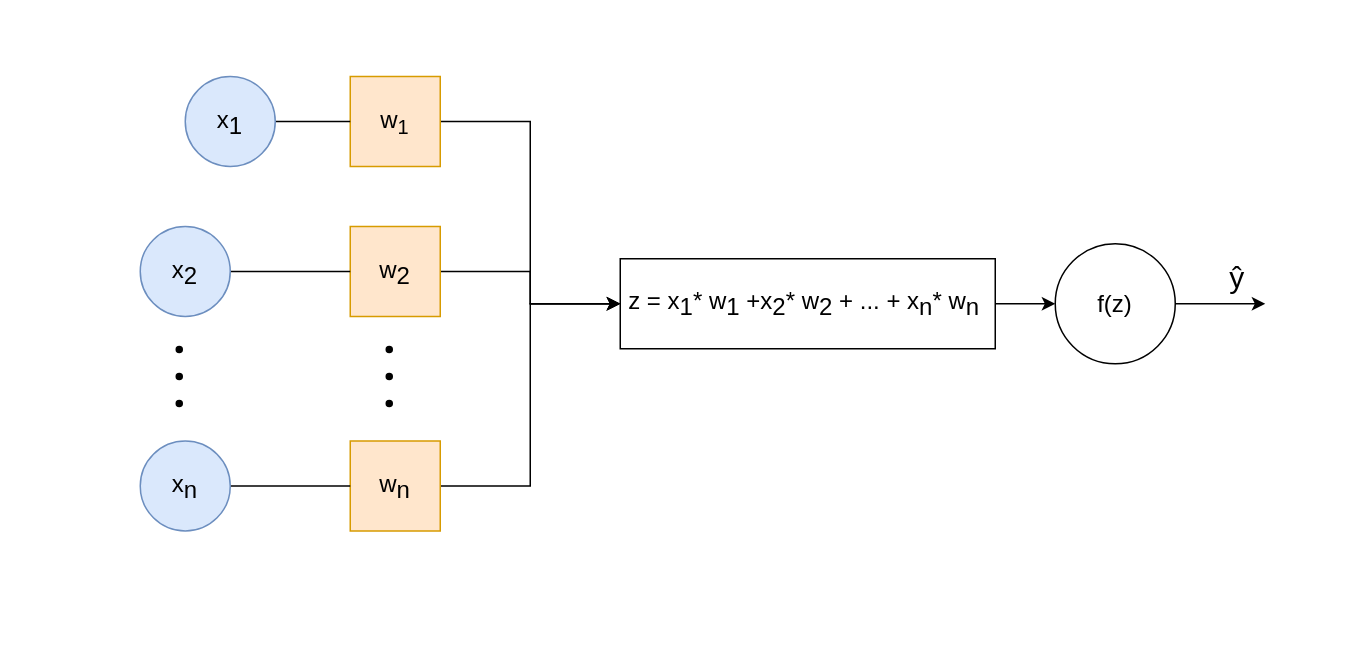
Earlier version of the draw.io diagram avc-images/neuronio.drawio (ViniPilan/avc-modeling). Source tidied: cells renumbered, new cells numbered last; positions are measured from the earlier drawing's top-left corner, leaving out a move shared by most shapes. Both pictures are drawn from the tidied source at 150%, with x=0, y=0 at pixel (64, 26).
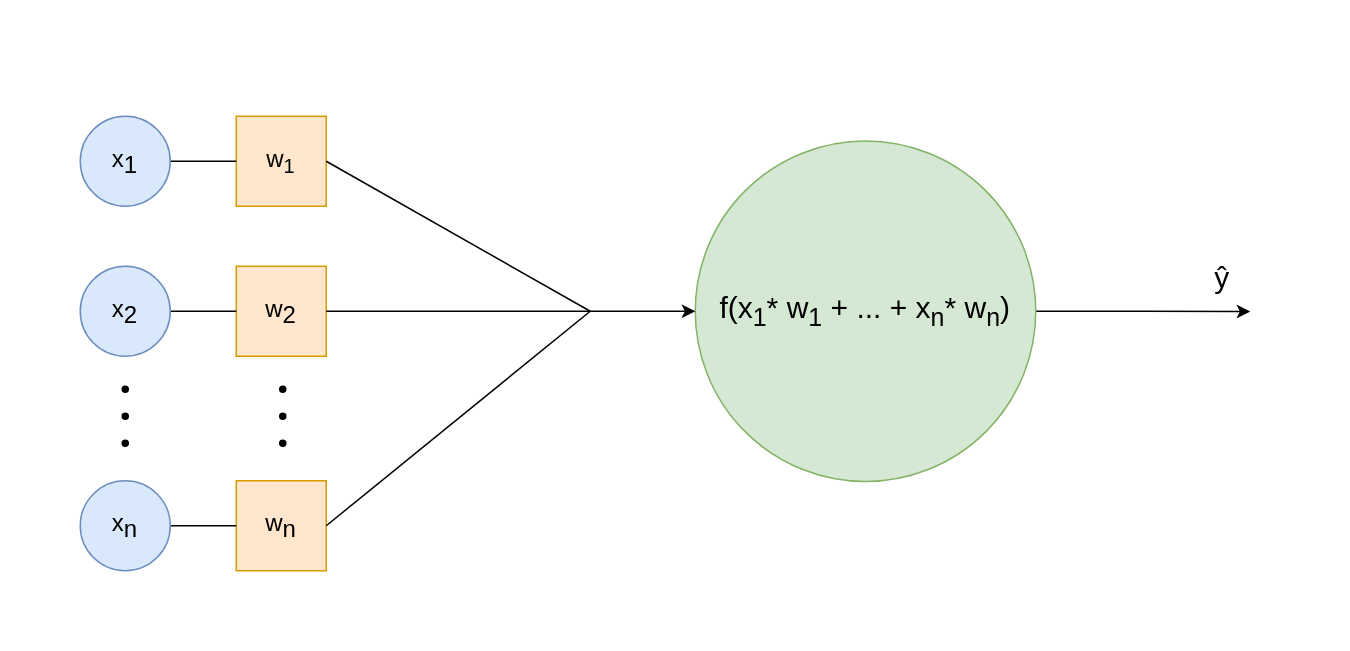
Above is the later version.

The edit, as a diff of the source:
```diff
@@
     <mxCell id="2" style="rounded=0;whiteSpace=wrap;html=1;fillColor=none;strokeColor=none;" parent="1" vertex="1">
-      <mxGeometry width="840" height="370" as="geometry" />
+      <mxGeometry x="-26" y="30" width="840" height="370" as="geometry" />
     </mxCell>
-    <mxCell id="3" style="edgeStyle=orthogonalEdgeStyle;rounded=0;jettySize=auto;html=1;" parent="1" edge="1" source="4">
-      <mxGeometry relative="1" as="geometry">
-        <mxPoint x="800" y="185" as="targetPoint" />
-      </mxGeometry>
-    </mxCell>
-    <mxCell id="4" value="&lt;font style=&quot;font-size: 16px;&quot;&gt;f(z)&lt;/font&gt;" style="ellipse;whiteSpace=wrap;html=1;" parent="1" vertex="1">
-      <mxGeometry x="660" y="145" width="80" height="80" as="geometry" />
-    </mxCell>
-    <mxCell id="5" style="edgeStyle=orthogonalEdgeStyle;rounded=0;jettySize=auto;html=1;entryX=0;entryY=0.5;entryDx=0;entryDy=0;" parent="1" edge="1" source="6" target="15">
-      <mxGeometry relative="1" as="geometry" />
-    </mxCell>
     <mxCell id="6" value="&lt;font style=&quot;font-size: 16px;&quot;&gt;w&lt;sub&gt;1&lt;/sub&gt;&lt;/font&gt;" style="rounded=0;whiteSpace=wrap;html=1;fillColor=#ffe6cc;strokeColor=#d79b00;" parent="1" vertex="1">
-      <mxGeometry x="190" y="33.5" width="60" height="60" as="geometry" />
+      <mxGeometry x="114" y="60" width="60" height="60" as="geometry" />
     </mxCell>
-    <mxCell id="7" style="edgeStyle=orthogonalEdgeStyle;rounded=0;jettySize=auto;html=1;entryX=0;entryY=0.5;entryDx=0;entryDy=0;" parent="1" edge="1" source="8" target="15">
-      <mxGeometry relative="1" as="geometry" />
-    </mxCell>
     <mxCell id="8" value="w&lt;sub style=&quot;font-size: 16px;&quot;&gt;2&lt;/sub&gt;" style="rounded=0;whiteSpace=wrap;html=1;fillColor=#ffe6cc;strokeColor=#d79b00;fontSize=16;" parent="1" vertex="1">
-      <mxGeometry x="190" y="133.5" width="60" height="60" as="geometry" />
+      <mxGeometry x="114" y="160" width="60" height="60" as="geometry" />
     </mxCell>
-    <mxCell id="9" style="edgeStyle=orthogonalEdgeStyle;rounded=0;jettySize=auto;html=1;entryX=0;entryY=0.5;entryDx=0;entryDy=0;" parent="1" edge="1" source="10" target="15">
-      <mxGeometry relative="1" as="geometry" />
-    </mxCell>
     <mxCell id="10" value="w&lt;sub style=&quot;font-size: 16px;&quot;&gt;n&lt;/sub&gt;" style="rounded=0;whiteSpace=wrap;html=1;fillColor=#ffe6cc;strokeColor=#d79b00;fontSize=16;" parent="1" vertex="1">
-      <mxGeometry x="190" y="276.5" width="60" height="60" as="geometry" />
+      <mxGeometry x="114" y="303" width="60" height="60" as="geometry" />
     </mxCell>
     <mxCell id="11" style="ellipse;whiteSpace=wrap;html=1;fillColor=#000000;fontSize=5;" parent="1" vertex="1">
-      <mxGeometry x="214" y="213.5" width="4" height="4" as="geometry" />
+      <mxGeometry x="143" y="240" width="4" height="4" as="geometry" />
     </mxCell>
     <mxCell id="12" style="ellipse;whiteSpace=wrap;html=1;fillColor=#000000;fontSize=5;" parent="1" vertex="1">
-      <mxGeometry x="214" y="231.5" width="4" height="4" as="geometry" />
+      <mxGeometry x="143" y="258" width="4" height="4" as="geometry" />
     </mxCell>
     <mxCell id="13" style="ellipse;whiteSpace=wrap;html=1;fillColor=#000000;fontSize=5;" parent="1" vertex="1">
-      <mxGeometry x="214" y="249.5" width="4" height="4" as="geometry" />
+      <mxGeometry x="143" y="276" width="4" height="4" as="geometry" />
     </mxCell>
-    <mxCell id="14" style="edgeStyle=orthogonalEdgeStyle;rounded=0;jettySize=auto;html=1;entryX=0;entryY=0.5;entryDx=0;entryDy=0;" parent="1" edge="1" source="15" target="4">
-      <mxGeometry relative="1" as="geometry" />
-    </mxCell>
-    <mxCell id="15" value="&lt;font style=&quot;font-size: 16px;&quot;&gt;z = x&lt;sub style=&quot;font-size: 16px;&quot;&gt;1&lt;/sub&gt;* w&lt;sub style=&quot;font-size: 16px;&quot;&gt;1&lt;/sub&gt; +x&lt;/font&gt;&lt;font style=&quot;font-size: 16px;&quot;&gt;&lt;span style=&quot;font-size: 16px;&quot;&gt;&lt;sub style=&quot;font-size: 16px;&quot;&gt;2&lt;/sub&gt;&lt;/span&gt;&lt;span style=&quot;font-size: 16px;&quot;&gt;* w&lt;/span&gt;&lt;/font&gt;&lt;font style=&quot;font-size: 16px;&quot;&gt;&lt;sub style=&quot;font-size: 16px;&quot;&gt;2&lt;/sub&gt;&lt;/font&gt;&lt;font style=&quot;font-size: 16px;&quot;&gt;&lt;span style=&quot;font-size: 16px;&quot;&gt;&amp;nbsp;+ ... + x&lt;/span&gt;&lt;sub style=&quot;font-size: 16px;&quot;&gt;n&lt;/sub&gt;&lt;span style=&quot;font-size: 16px;&quot;&gt;* w&lt;/span&gt;&lt;sub style=&quot;font-size: 16px;&quot;&gt;n&lt;/sub&gt;&lt;span style=&quot;font-size: 16px;&quot;&gt;&amp;nbsp;&lt;/span&gt;&lt;/font&gt;" style="rounded=0;whiteSpace=wrap;html=1;fillColor=default;fontSize=16;" parent="1" vertex="1">
-      <mxGeometry x="370" y="155" width="250" height="60" as="geometry" />
-    </mxCell>
@@
     <mxCell id="17" value="x&lt;sub style=&quot;font-size: 16px;&quot;&gt;1&lt;/sub&gt;" style="ellipse;whiteSpace=wrap;html=1;fillColor=#dae8fc;strokeColor=#6c8ebf;fontSize=16;" parent="1" vertex="1">
-      <mxGeometry x="80" y="33.5" width="60" height="60" as="geometry" />
+      <mxGeometry x="10" y="60" width="60" height="60" as="geometry" />
     </mxCell>
@@
     <mxCell id="19" value="x&lt;sub style=&quot;font-size: 16px;&quot;&gt;2&lt;/sub&gt;" style="ellipse;whiteSpace=wrap;html=1;fillColor=#dae8fc;strokeColor=#6c8ebf;fontSize=16;" parent="1" vertex="1">
-      <mxGeometry x="50" y="133.5" width="60" height="60" as="geometry" />
+      <mxGeometry x="10" y="160" width="60" height="60" as="geometry" />
     </mxCell>
@@
     <mxCell id="21" value="x&lt;sub style=&quot;font-size: 16px;&quot;&gt;n&lt;/sub&gt;" style="ellipse;whiteSpace=wrap;html=1;fillColor=#dae8fc;strokeColor=#6c8ebf;fontSize=16;" parent="1" vertex="1">
-      <mxGeometry x="50" y="276.5" width="60" height="60" as="geometry" />
+      <mxGeometry x="10" y="303" width="60" height="60" as="geometry" />
     </mxCell>
     <mxCell id="22" style="ellipse;whiteSpace=wrap;html=1;fillColor=#000000;fontSize=5;" parent="1" vertex="1">
-      <mxGeometry x="74" y="213.5" width="4" height="4" as="geometry" />
+      <mxGeometry x="38" y="240" width="4" height="4" as="geometry" />
     </mxCell>
     <mxCell id="23" style="ellipse;whiteSpace=wrap;html=1;fillColor=#000000;fontSize=5;" parent="1" vertex="1">
-      <mxGeometry x="74" y="231.5" width="4" height="4" as="geometry" />
+      <mxGeometry x="38" y="258" width="4" height="4" as="geometry" />
     </mxCell>
     <mxCell id="24" style="ellipse;whiteSpace=wrap;html=1;fillColor=#000000;fontSize=5;" parent="1" vertex="1">
-      <mxGeometry x="74" y="249.5" width="4" height="4" as="geometry" />
+      <mxGeometry x="38" y="276" width="4" height="4" as="geometry" />
     </mxCell>
     <mxCell id="25" value="&lt;span style=&quot;text-align: left; background-color: rgb(255, 255, 255);&quot;&gt;&lt;font style=&quot;font-size: 20px;&quot;&gt;ŷ&lt;/font&gt;&lt;/span&gt;" style="text;html=1;strokeColor=none;fillColor=none;align=center;verticalAlign=middle;whiteSpace=wrap;rounded=0;dashed=1;" parent="1" vertex="1">
-      <mxGeometry x="750" y="152" width="63" height="30" as="geometry" />
+      <mxGeometry x="740" y="152" width="63" height="30" as="geometry" />
     </mxCell>
+    <mxCell id="26" style="edgeStyle=orthogonalEdgeStyle;rounded=0;jettySize=auto;html=1;fontSize=23;endArrow=classic;endFill=1;" parent="1" edge="1" source="27">
+      <mxGeometry relative="1" as="geometry">
+        <mxPoint x="790" y="190.2" as="targetPoint" />
+      </mxGeometry>
+    </mxCell>
+    <mxCell id="27" value="&lt;font style=&quot;font-size: 20px;&quot;&gt;&lt;font style=&quot;font-size: 20px;&quot;&gt;f(&lt;/font&gt;&lt;font style=&quot;border-color: var(--border-color); font-size: 20px;&quot;&gt;x&lt;sub style=&quot;border-color: var(--border-color);&quot;&gt;1&lt;/sub&gt;* w&lt;sub style=&quot;border-color: var(--border-color);&quot;&gt;1&lt;/sub&gt;&lt;/font&gt;&lt;font style=&quot;border-color: var(--border-color); font-size: 20px;&quot;&gt;&lt;span style=&quot;border-color: var(--border-color);&quot;&gt;&amp;nbsp;+ ... + x&lt;/span&gt;&lt;sub style=&quot;border-color: var(--border-color);&quot;&gt;n&lt;/sub&gt;&lt;span style=&quot;border-color: var(--border-color);&quot;&gt;* w&lt;/span&gt;&lt;sub style=&quot;border-color: var(--border-color);&quot;&gt;n&lt;/sub&gt;&lt;span style=&quot;border-color: var(--border-color);&quot;&gt;)&lt;/span&gt;&lt;/font&gt;&lt;/font&gt;" style="ellipse;whiteSpace=wrap;html=1;fillColor=#d5e8d4;strokeColor=#82b366;" parent="1" vertex="1">
+      <mxGeometry x="420" y="76.5" width="227" height="227" as="geometry" />
+    </mxCell>
+    <mxCell id="28" style="endArrow=classic;html=1;rounded=0;fontSize=23;entryX=0;entryY=0.5;entryDx=0;entryDy=0;" parent="1" edge="1" target="27">
+      <mxGeometry relative="1" as="geometry">
+        <mxPoint x="350" y="190" as="sourcePoint" />
+      </mxGeometry>
+    </mxCell>
+    <mxCell id="29" style="endArrow=none;html=1;rounded=0;fontSize=23;exitX=1;exitY=0.5;exitDx=0;exitDy=0;" parent="1" edge="1" source="6">
+      <mxGeometry relative="1" as="geometry">
+        <mxPoint x="350" y="190" as="targetPoint" />
+      </mxGeometry>
+    </mxCell>
+    <mxCell id="30" style="endArrow=none;html=1;rounded=0;fontSize=23;exitX=1;exitY=0.5;exitDx=0;exitDy=0;" parent="1" edge="1" source="8">
+      <mxGeometry relative="1" as="geometry">
+        <mxPoint x="350" y="190" as="targetPoint" />
+      </mxGeometry>
+    </mxCell>
+    <mxCell id="31" style="endArrow=none;html=1;rounded=0;fontSize=23;exitX=1;exitY=0.5;exitDx=0;exitDy=0;" parent="1" edge="1" source="10">
+      <mxGeometry relative="1" as="geometry">
+        <mxPoint x="350" y="190" as="targetPoint" />
+      </mxGeometry>
+    </mxCell>
```
